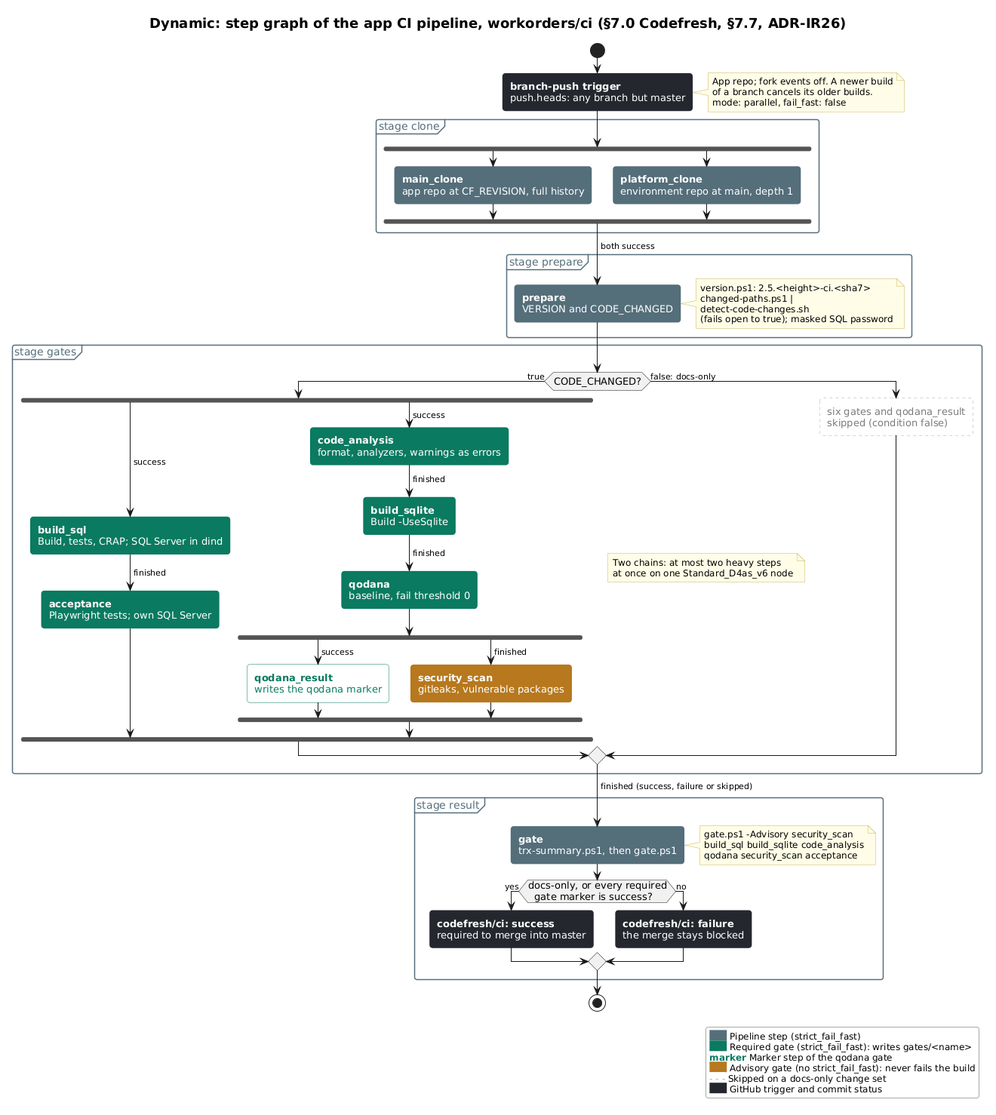
clearmeasure-aisf-sample-apps/basic-environment-octopus-codefresh keeps this PlantUML diagram as design/diagrams/dyn-ci-pipeline.png. Above is the earlier version.
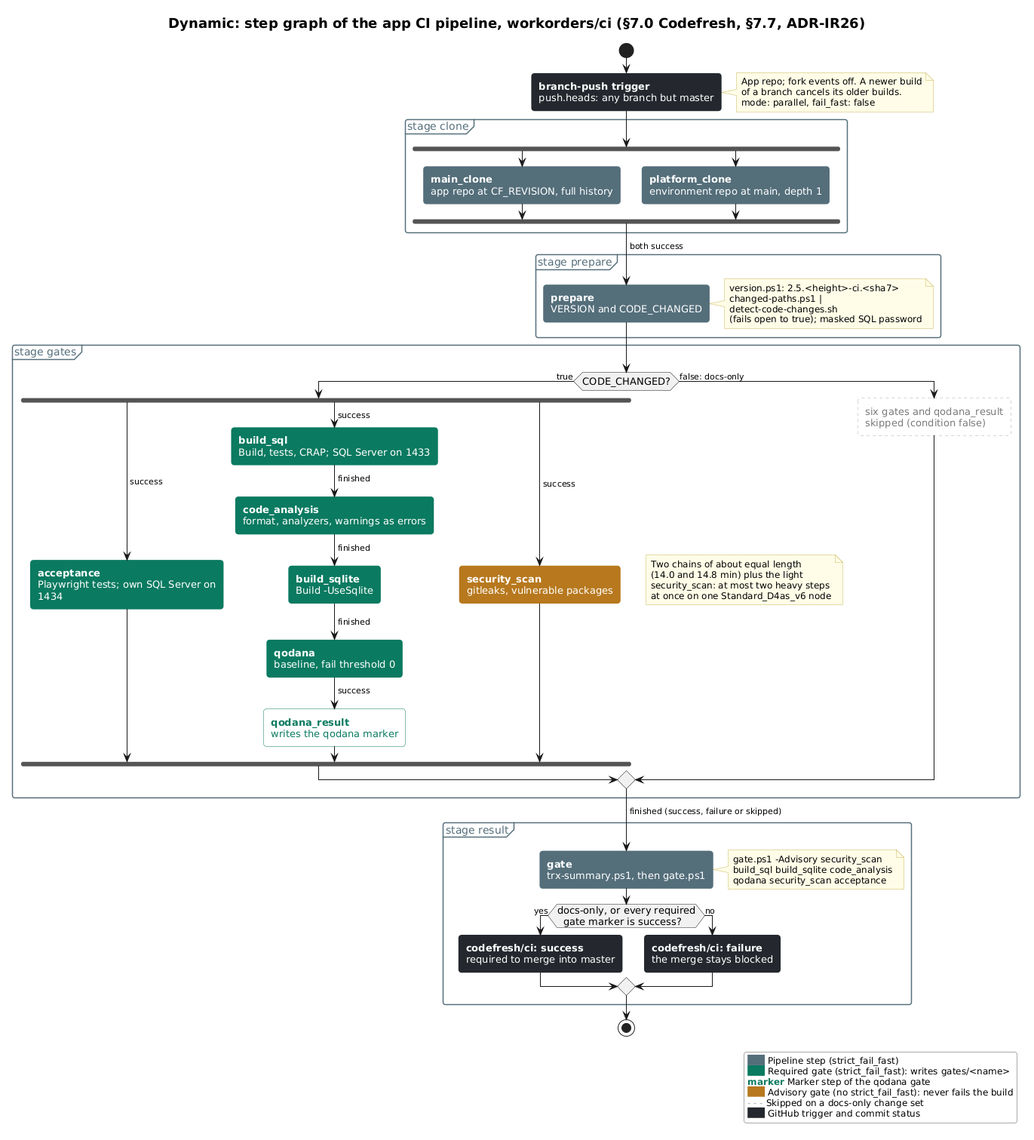
After the change.

The edit, as a diff of the source:
```diff
@@ -89,13 +89,13 @@
   if (CODE_CHANGED?) then (true)
     fork
       -> success;
-      :**build_sql**
-      Build, tests, CRAP; SQL Server in dind; <<gate>>
-      -> finished;
       :**acceptance**
-      Playwright tests; own SQL Server; <<gate>>
+      Playwright tests; own SQL Server on 1434; <<gate>>
     fork again
       -> success;
+      :**build_sql**
+      Build, tests, CRAP; SQL Server on 1433; <<gate>>
+      -> finished;
       :**code_analysis**
       format, analyzers, warnings as errors; <<gate>>
       -> finished;
@@ -104,18 +104,18 @@
       -> finished;
       :**qodana**
       baseline, fail threshold 0; <<gate>>
-      fork
-        -> success;
-        :**qodana_result**
-        writes the qodana marker; <<marker>>
-      fork again
-        -> finished;
-        :**security_scan**
-        gitleaks, vulnerable packages; <<advisory>>
-      end fork
+      -> success;
+      :**qodana_result**
+      writes the qodana marker; <<marker>>
+    fork again
+      -> success;
+      :**security_scan**
+      gitleaks, vulnerable packages; <<advisory>>
     end fork
     note right
-      Two chains: at most two heavy steps
+      Two chains of about equal length
+      (14.0 and 14.8 min) plus the light
+      security_scan: at most two heavy steps
       at once on one Standard_D4as_v6 node
     end note
   else (false: docs-only)
```
